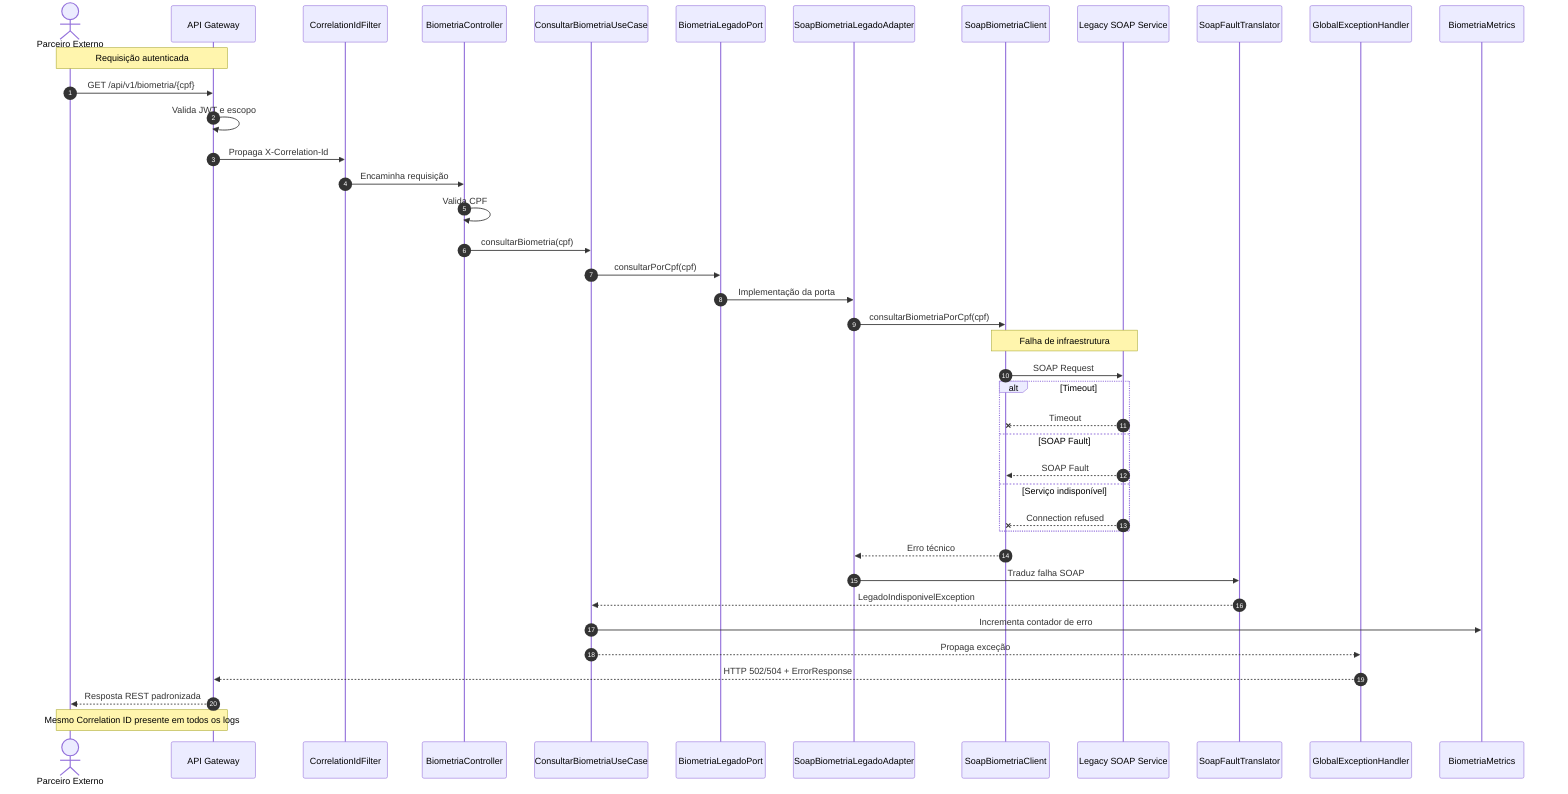
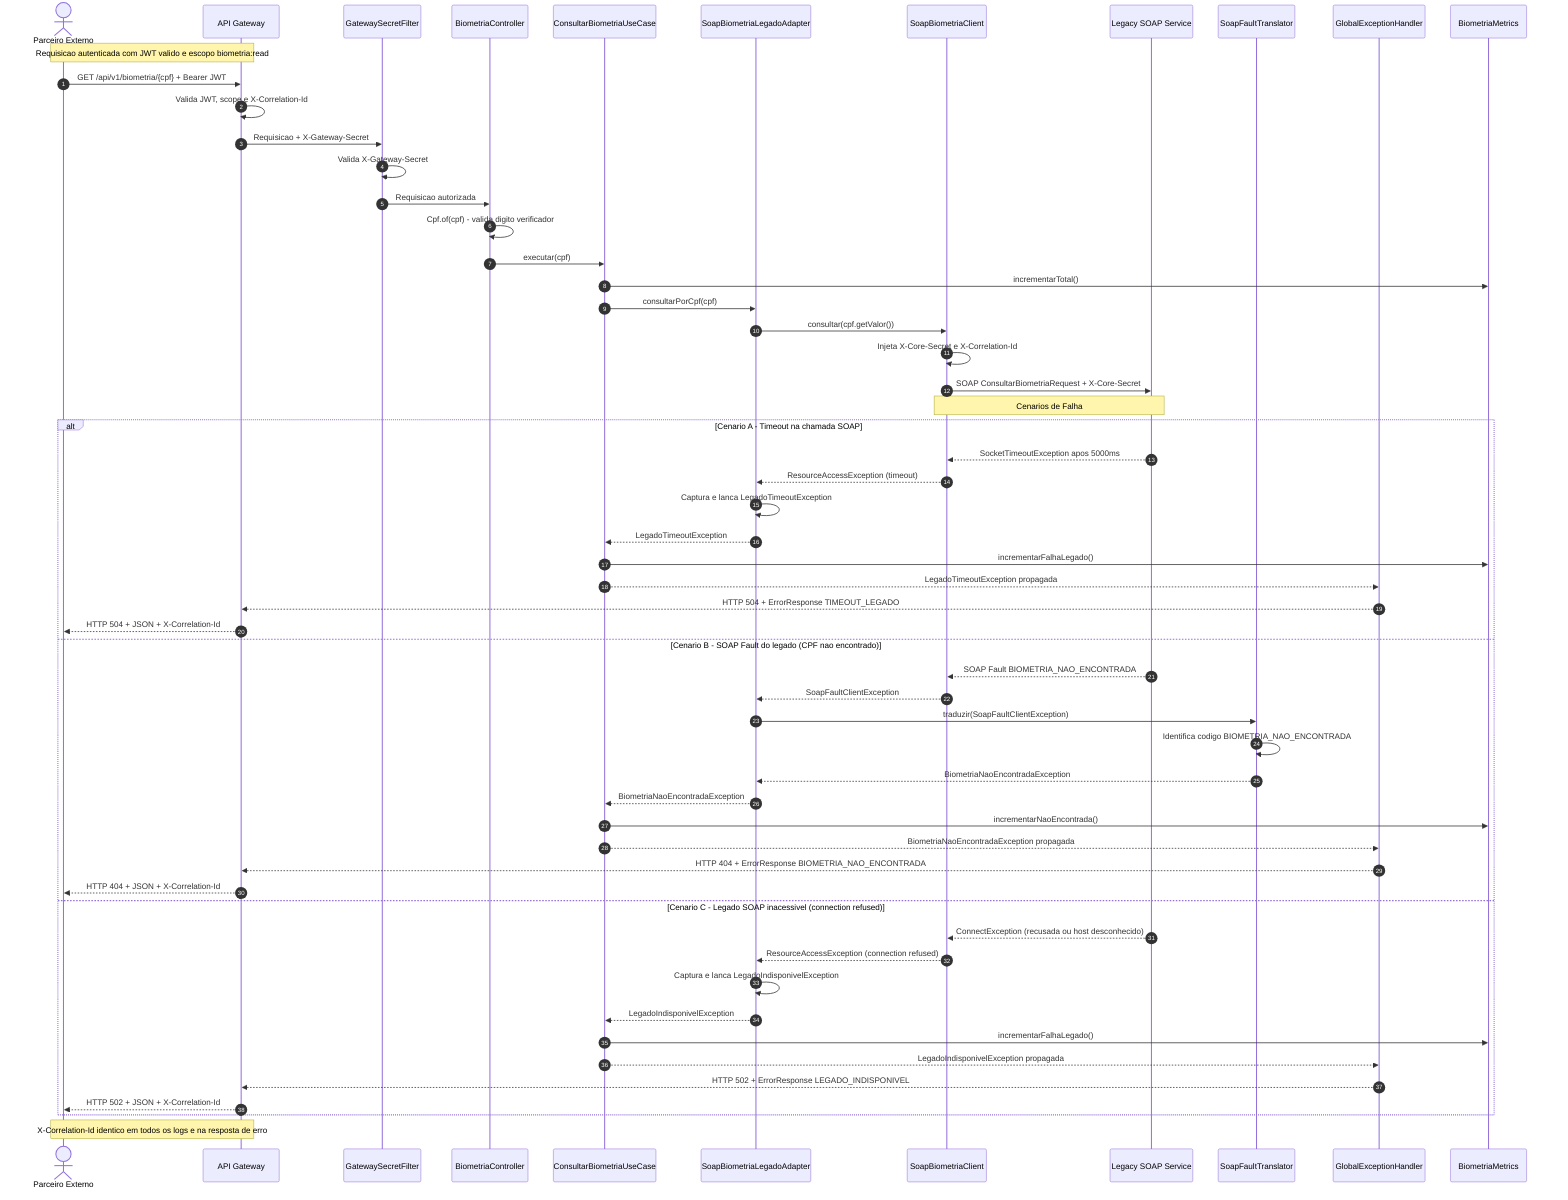
- %% Sequence Diagram - Legado SOAP Indisponível
- %% Projeto: POC Vivo – Integração Arquitetural
- %% Artefato: legado-soap-indisponivel.mmd
- %% Versão: 1.0
+ %% Sequence Diagram - Cenarios de Falha do Legado SOAP
+ %% POC Vivo - Integracao Arquitetural
+ %% Versao: 1.1 - Atualizado: X-Gateway-Secret, X-Core-Secret, GatewaySecretFilter, SoapFaultTranslator

sequenceDiagram
    autonumber

-     actor Partner as Parceiro Externo
+     actor Parceiro as Parceiro Externo
    participant Gateway as API Gateway
-     participant Corr as CorrelationIdFilter
+     participant GwFilter as GatewaySecretFilter
    participant Controller as BiometriaController
    participant UseCase as ConsultarBiometriaUseCase
-     participant Port as BiometriaLegadoPort
    participant Adapter as SoapBiometriaLegadoAdapter
    participant SoapClient as SoapBiometriaClient
    participant Legacy as Legacy SOAP Service
-     participant Translator as SoapFaultTranslator
-     participant Handler as GlobalExceptionHandler
+     participant FaultTrans as SoapFaultTranslator
+     participant ErrHandler as GlobalExceptionHandler
    participant Metrics as BiometriaMetrics

-     Note over Partner,Gateway: Requisição autenticada
+     Note over Parceiro,Gateway: Requisicao autenticada com JWT valido e escopo biometria:read

-     Partner->>Gateway: GET /api/v1/biometria/{cpf}
-     Gateway->>Gateway: Valida JWT e escopo
-     Gateway->>Corr: Propaga X-Correlation-Id
-     Corr->>Controller: Encaminha requisição
+     Parceiro->>Gateway: GET /api/v1/biometria/{cpf} + Bearer JWT
+     Gateway->>Gateway: Valida JWT, scope e X-Correlation-Id
+     Gateway->>GwFilter: Requisicao + X-Gateway-Secret
+     GwFilter->>GwFilter: Valida X-Gateway-Secret
+     GwFilter->>Controller: Requisicao autorizada
+     Controller->>Controller: Cpf.of(cpf) - valida digito verificador
+     Controller->>UseCase: executar(cpf)
+     UseCase->>Metrics: incrementarTotal()
+     UseCase->>Adapter: consultarPorCpf(cpf)
+     Adapter->>SoapClient: consultar(cpf.getValor())
+     SoapClient->>SoapClient: Injeta X-Core-Secret e X-Correlation-Id
+     SoapClient->>Legacy: SOAP ConsultarBiometriaRequest + X-Core-Secret

-     Controller->>Controller: Valida CPF
-     Controller->>UseCase: consultarBiometria(cpf)
+     Note over SoapClient,Legacy: Cenarios de Falha

-     UseCase->>Port: consultarPorCpf(cpf)
-     Port->>Adapter: Implementação da porta
+     alt Cenario A - Timeout na chamada SOAP
+         Legacy-->>SoapClient: SocketTimeoutException apos 5000ms
+         SoapClient-->>Adapter: ResourceAccessException (timeout)
+         Adapter->>Adapter: Captura e lanca LegadoTimeoutException
+         Adapter-->>UseCase: LegadoTimeoutException
+         UseCase->>Metrics: incrementarFalhaLegado()
+         UseCase-->>ErrHandler: LegadoTimeoutException propagada
+         ErrHandler-->>Gateway: HTTP 504 + ErrorResponse TIMEOUT_LEGADO
+         Gateway-->>Parceiro: HTTP 504 + JSON + X-Correlation-Id

-     Adapter->>SoapClient: consultarBiometriaPorCpf(cpf)
+     else Cenario B - SOAP Fault do legado (CPF nao encontrado)
+         Legacy-->>SoapClient: SOAP Fault BIOMETRIA_NAO_ENCONTRADA
+         SoapClient-->>Adapter: SoapFaultClientException
+         Adapter->>FaultTrans: traduzir(SoapFaultClientException)
+         FaultTrans->>FaultTrans: Identifica codigo BIOMETRIA_NAO_ENCONTRADA
+         FaultTrans-->>Adapter: BiometriaNaoEncontradaException
+         Adapter-->>UseCase: BiometriaNaoEncontradaException
+         UseCase->>Metrics: incrementarNaoEncontrada()
+         UseCase-->>ErrHandler: BiometriaNaoEncontradaException propagada
+         ErrHandler-->>Gateway: HTTP 404 + ErrorResponse BIOMETRIA_NAO_ENCONTRADA
+         Gateway-->>Parceiro: HTTP 404 + JSON + X-Correlation-Id

-     Note over SoapClient,Legacy: Falha de infraestrutura
- 
-     SoapClient->>Legacy: SOAP Request
- 
-     alt Timeout
-         Legacy--xSoapClient: Timeout
-     else SOAP Fault
-         Legacy-->>SoapClient: SOAP Fault
-     else Serviço indisponível
-         Legacy--xSoapClient: Connection refused
+     else Cenario C - Legado SOAP inacessivel (connection refused)
+         Legacy-->>SoapClient: ConnectException (recusada ou host desconhecido)
+         SoapClient-->>Adapter: ResourceAccessException (connection refused)
+         Adapter->>Adapter: Captura e lanca LegadoIndisponivelException
+         Adapter-->>UseCase: LegadoIndisponivelException
+         UseCase->>Metrics: incrementarFalhaLegado()
+         UseCase-->>ErrHandler: LegadoIndisponivelException propagada
+         ErrHandler-->>Gateway: HTTP 502 + ErrorResponse LEGADO_INDISPONIVEL
+         Gateway-->>Parceiro: HTTP 502 + JSON + X-Correlation-Id
    end

-     SoapClient-->>Adapter: Erro técnico
-     Adapter->>Translator: Traduz falha SOAP
-     Translator-->>UseCase: LegadoIndisponivelException
- 
-     UseCase->>Metrics: Incrementa contador de erro
-     UseCase-->>Handler: Propaga exceção
- 
-     Handler-->>Gateway: HTTP 502/504 + ErrorResponse
-     Gateway-->>Partner: Resposta REST padronizada
- 
-     Note over Gateway,Partner: Mesmo Correlation ID presente em todos os logs
+     Note over Gateway,Parceiro: X-Correlation-Id identico em todos os logs e na resposta de erro
